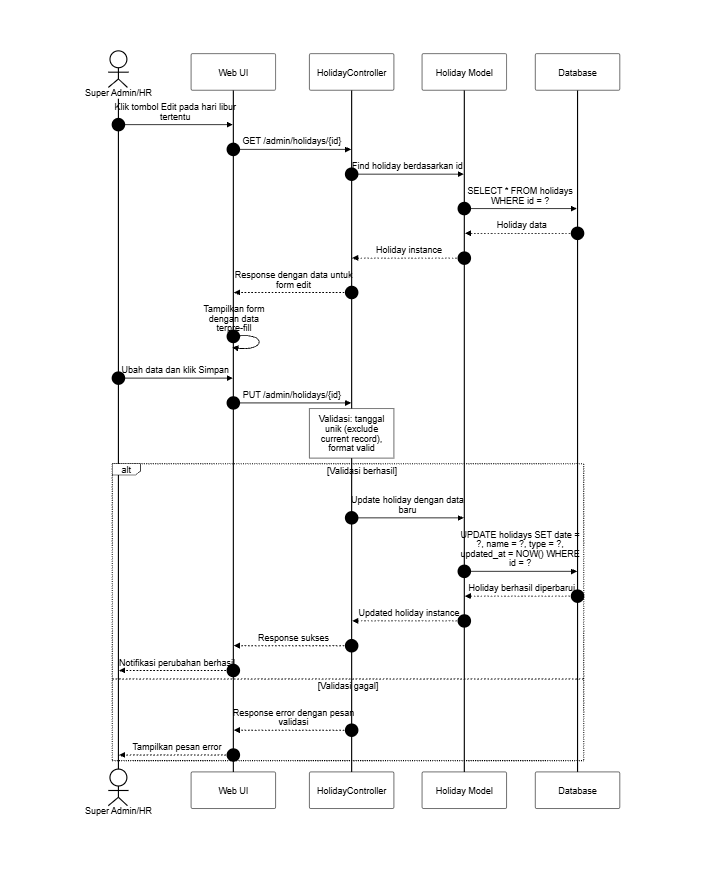
Before: docs/SequenceDiagram/PNG_Transparent/KelolaHariLibur-Ubah.png, a diagram exported from Mermaid (SulaimanHafi23/SimpegRSHDI). Its source is kept beside it as docs/SequenceDiagram/KelolaHariLibur-Ubah.mermaid. Its diagram source:
```mermaid
---
id: KelolaHariLibur-UbahHariLibur
title: Kelola Hari Libur - Ubah Hari Libur
---
%%{init: {"theme": "base", "themeVariables": {"background": "#dddddd", "primaryColor": "#ffffff", "primaryBorderColor": "#000000", "primaryTextColor": "#000000", "lineColor": "#000000", "textColor": "#000000", "actorBkg": "#ffffff", "actorBorder": "#000000", "actorTextColor": "#000000", "activationBkgColor": "#ffffff", "activationBorderColor": "#000000", "signalColor": "#000000", "signalTextColor": "#000000", "labelBoxBkgColor": "#ffffff", "labelBoxBorderColor": "#000000", "labelTextColor": "#000000", "sequenceNumberColor": "#000000", "noteBkgColor": "#ffffff", "noteBorderColor": "#000000", "noteTextColor": "#000000"}, "sequence": {"useMaxWidth": true, "wrap": true, "messageFontSize": 12, "noteFontSize": 12}}}%%
sequenceDiagram
    autonumber
    actor SA as Super Admin/HR
    participant UI as Web UI
    participant C as HolidayController
    participant H as Holiday Model
    participant DB as Database

    SA->>UI: Klik tombol Edit pada hari libur tertentu
    UI->>C: GET /admin/holidays/{id}
    C->>H: Find holiday berdasarkan id
    H->>DB: SELECT * FROM holidays WHERE id = ?
    DB-->>H: Holiday data
    H-->>C: Holiday instance
    C-->>UI: Response dengan data untuk form edit
    UI->>UI: Tampilkan form dengan data terpre-fill
    SA->>UI: Ubah data dan klik Simpan
    UI->>C: PUT /admin/holidays/{id}
    note over C: Validasi: tanggal unik (exclude current record), format valid
    alt Validasi berhasil
        C->>H: Update holiday dengan data baru
        H->>DB: UPDATE holidays SET date = ?, name = ?, type = ?, updated_at = NOW() WHERE id = ?
        DB-->>H: Holiday berhasil diperbarui
        H-->>C: Updated holiday instance
        C-->>UI: Response sukses
        UI-->>SA: Notifikasi perubahan berhasil
    else Validasi gagal
        C-->>UI: Response error dengan pesan validasi
        UI-->>SA: Tampilkan pesan error
    end
```
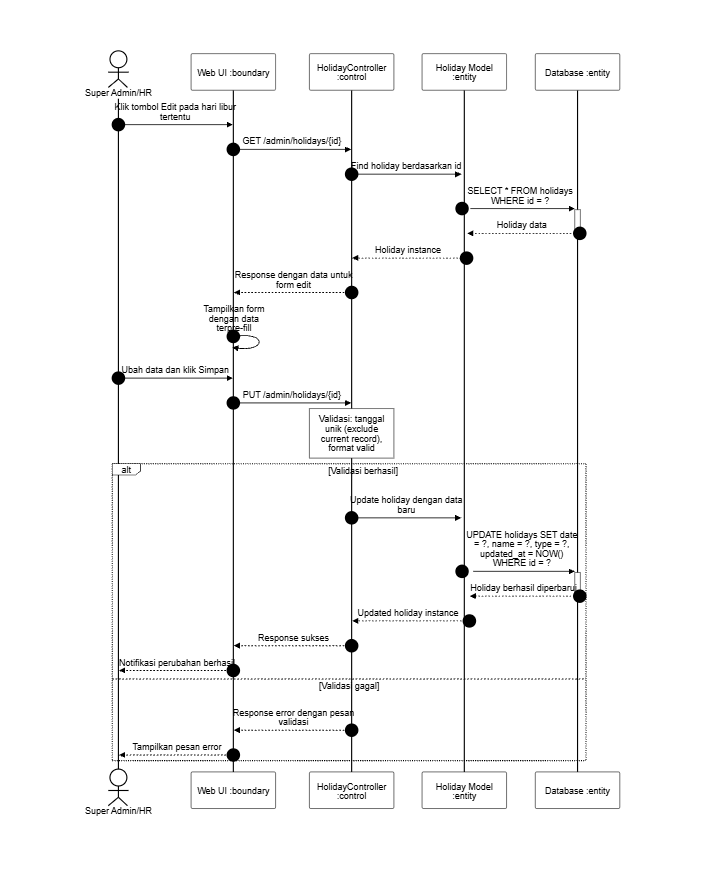
The same diagram one commit later.

What changed in the source:
```diff
@@ -6,16 +6,16 @@
 sequenceDiagram
     autonumber
     actor SA as Super Admin/HR
-    participant UI as Web UI
-    participant C as HolidayController
-    participant H as Holiday Model
-    participant DB as Database
+    participant UI as Web UI :boundary
+    participant C as HolidayController :control
+    participant H as Holiday Model :entity
+    participant DB as Database :entity
 
     SA->>UI: Klik tombol Edit pada hari libur tertentu
     UI->>C: GET /admin/holidays/{id}
-    C->>H: Find holiday berdasarkan id
-    H->>DB: SELECT * FROM holidays WHERE id = ?
-    DB-->>H: Holiday data
+    C->>+H: Find holiday berdasarkan id
+    H->>+DB: SELECT * FROM holidays WHERE id = ?
+    DB-->>-H: Holiday data
     H-->>C: Holiday instance
     C-->>UI: Response dengan data untuk form edit
     UI->>UI: Tampilkan form dengan data terpre-fill
@@ -23,9 +23,9 @@
     UI->>C: PUT /admin/holidays/{id}
     note over C: Validasi: tanggal unik (exclude current record), format valid
     alt Validasi berhasil
-        C->>H: Update holiday dengan data baru
-        H->>DB: UPDATE holidays SET date = ?, name = ?, type = ?, updated_at = NOW() WHERE id = ?
-        DB-->>H: Holiday berhasil diperbarui
+        C->>+H: Update holiday dengan data baru
+        H->>+DB: UPDATE holidays SET date = ?, name = ?, type = ?, updated_at = NOW() WHERE id = ?
+        DB-->>-H: Holiday berhasil diperbarui
         H-->>C: Updated holiday instance
         C-->>UI: Response sukses
         UI-->>SA: Notifikasi perubahan berhasil
```
